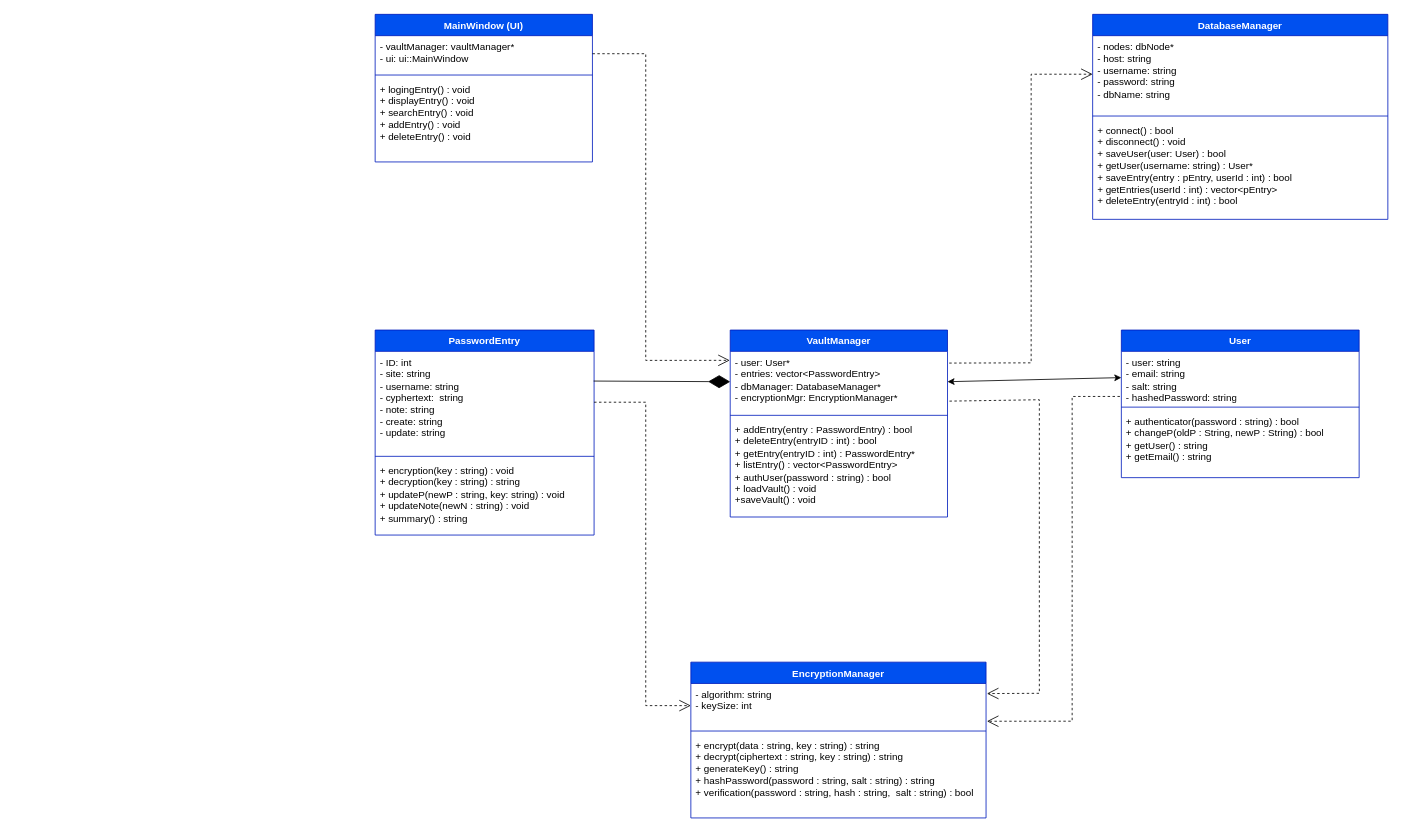
This is docs/UML_Password-Manager.drawio from WilmerSoriano/Password-Manager, a draw.io file, before an edit. Source tidied: cells renumbered, new cells numbered last; positions are measured from the earlier drawing's top-left corner, leaving out a move shared by most shapes. Both pictures are drawn from the tidied source at 82%, with x=0, y=0 at pixel (375, 14).
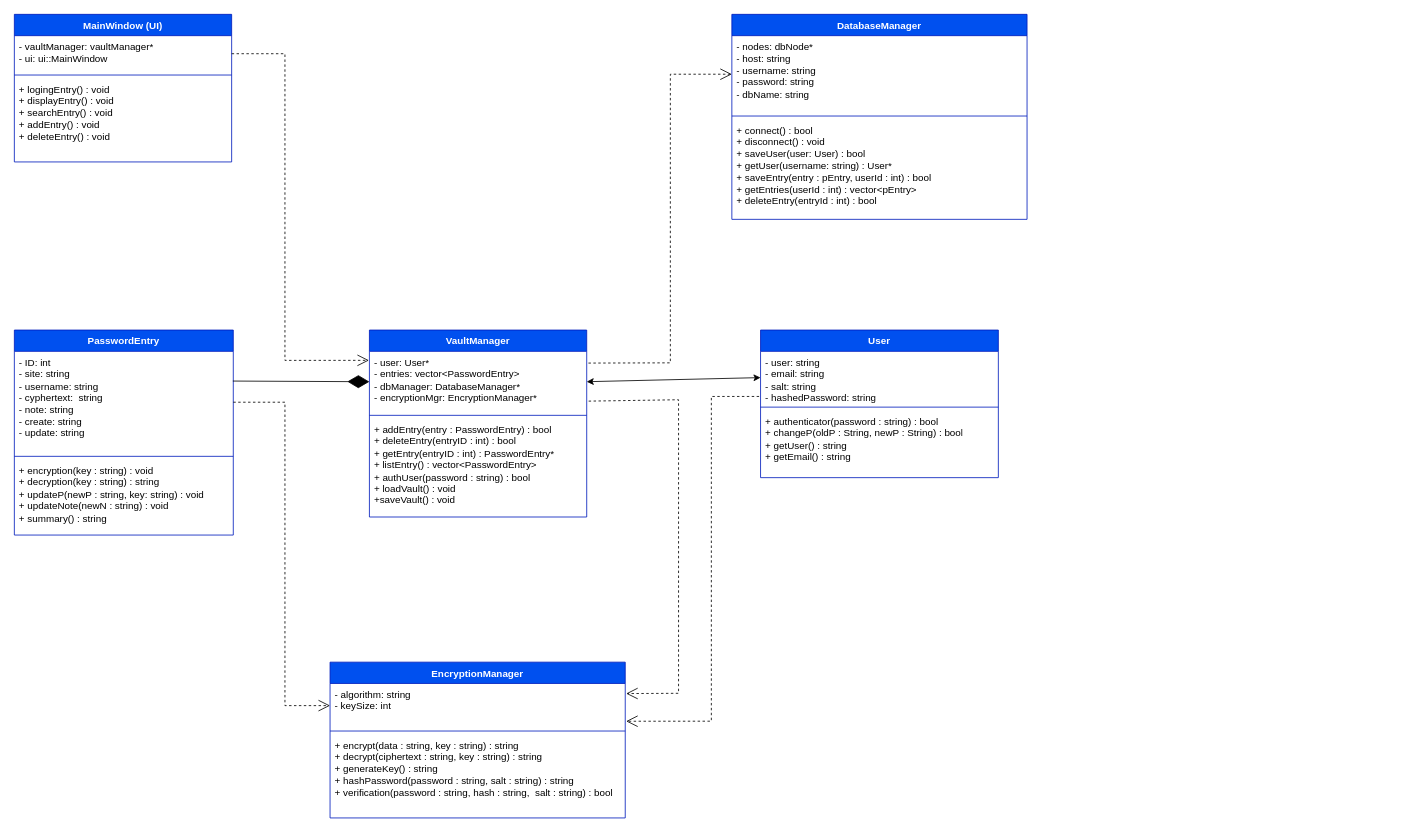
The same diagram, later.

Commit message:
complete UML diagram

Unchanged cells that the change refers to:
```xml
<mxCell id="3" value="- vaultManager: vaultManager*&lt;div&gt;- ui: ui::MainWindow&lt;/div&gt;" style="text;strokeColor=none;fillColor=none;align=left;verticalAlign=top;spacingLeft=4;spacingRight=4;overflow=hidden;points=[[0,0.5],[1,0.5]];portConstraint=eastwest;whiteSpace=wrap;html=1;" parent="2" vertex="1">
  <mxGeometry y="26" width="265" height="44" as="geometry" />
</mxCell>
<mxCell id="7" value="- user: User*&lt;div&gt;- entries: vector&amp;lt;PasswordEntry&amp;gt;&lt;/div&gt;&lt;div&gt;- dbManager: DatabaseManager*&lt;/div&gt;&lt;div&gt;- encryptionMgr: EncryptionManager*&lt;/div&gt;" style="text;strokeColor=none;fillColor=none;align=left;verticalAlign=top;spacingLeft=4;spacingRight=4;overflow=hidden;points=[[0,0.5],[1,0.5]];portConstraint=eastwest;whiteSpace=wrap;html=1;" parent="6" vertex="1">
  <mxGeometry y="26" width="265" height="74" as="geometry" />
</mxCell>
<mxCell id="11" value="- user: string&lt;div&gt;- email: string&lt;/div&gt;&lt;div&gt;- salt: string&lt;/div&gt;&lt;div&gt;- hashedPassword: string&lt;/div&gt;" style="text;strokeColor=none;fillColor=none;align=left;verticalAlign=top;spacingLeft=4;spacingRight=4;overflow=hidden;points=[[0,0.5],[1,0.5]];portConstraint=eastwest;whiteSpace=wrap;html=1;" parent="10" vertex="1">
  <mxGeometry y="26" width="290" height="64" as="geometry" />
</mxCell>
<mxCell id="15" value="- ID: int&lt;div&gt;- site: string&lt;/div&gt;&lt;div&gt;- username: string&lt;/div&gt;&lt;div&gt;- cyphertext:&amp;nbsp; string&lt;/div&gt;&lt;div&gt;- note: string&lt;/div&gt;&lt;div&gt;- create: string&lt;/div&gt;&lt;div&gt;- update: string&lt;/div&gt;" style="text;strokeColor=none;fillColor=none;align=left;verticalAlign=top;spacingLeft=4;spacingRight=4;overflow=hidden;points=[[0,0.5],[1,0.5]];portConstraint=eastwest;whiteSpace=wrap;html=1;" parent="14" vertex="1">
  <mxGeometry y="26" width="267" height="124" as="geometry" />
</mxCell>
<mxCell id="19" value="- algorithm: string&lt;div&gt;- keySize: int&lt;/div&gt;" style="text;strokeColor=none;fillColor=none;align=left;verticalAlign=top;spacingLeft=4;spacingRight=4;overflow=hidden;points=[[0,0.5],[1,0.5]];portConstraint=eastwest;whiteSpace=wrap;html=1;" parent="18" vertex="1">
  <mxGeometry y="26" width="360" height="54" as="geometry" />
</mxCell>
<mxCell id="23" value="- nodes: dbNode*&lt;div&gt;- host: string&lt;/div&gt;&lt;div&gt;- username: string&lt;/div&gt;&lt;div&gt;- password: string&lt;/div&gt;&lt;div&gt;- dbName: string&lt;/div&gt;" style="text;strokeColor=none;fillColor=none;align=left;verticalAlign=top;spacingLeft=4;spacingRight=4;overflow=hidden;points=[[0,0.5],[1,0.5]];portConstraint=eastwest;whiteSpace=wrap;html=1;" parent="22" vertex="1">
  <mxGeometry y="26" width="360" height="94" as="geometry" />
</mxCell>
```

Diff of the diagram source:
```diff
@@
+    <mxCell id="33" style="group;" parent="1" vertex="1">
+      <mxGeometry x="-440" width="1235" height="980" as="geometry" />
+    </mxCell>
-    <mxCell id="2" value="MainWindow (UI)" style="swimlane;fontStyle=1;align=center;verticalAlign=top;horizontal=1;startSize=26;whiteSpace=wrap;html=1;fillColor=#0050ef;fontColor=#ffffff;strokeColor=#001DBC;" parent="1" vertex="1">
+    <mxCell id="2" value="MainWindow (UI)" style="swimlane;fontStyle=1;align=center;verticalAlign=top;horizontal=1;startSize=26;whiteSpace=wrap;html=1;fillColor=#0050ef;fontColor=#ffffff;strokeColor=#001DBC;" parent="33" vertex="1">
       <mxGeometry width="265" height="180" as="geometry" />
     </mxCell>
@@
-    <mxCell id="6" value="VaultManager" style="swimlane;fontStyle=1;align=center;verticalAlign=top;horizontal=1;startSize=26;whiteSpace=wrap;html=1;fillColor=#0050ef;fontColor=#ffffff;strokeColor=#001DBC;" parent="1" vertex="1">
+    <mxCell id="6" value="VaultManager" style="swimlane;fontStyle=1;align=center;verticalAlign=top;horizontal=1;startSize=26;whiteSpace=wrap;html=1;fillColor=#0050ef;fontColor=#ffffff;strokeColor=#001DBC;" parent="33" vertex="1">
       <mxGeometry x="433" y="385" width="265" height="228" as="geometry" />
     </mxCell>
@@
-    <mxCell id="10" value="User" style="swimlane;fontStyle=1;align=center;verticalAlign=top;horizontal=1;startSize=26;whiteSpace=wrap;html=1;fillColor=#0050ef;fontColor=#ffffff;strokeColor=#001DBC;" parent="1" vertex="1">
+    <mxCell id="10" value="User" style="swimlane;fontStyle=1;align=center;verticalAlign=top;horizontal=1;startSize=26;whiteSpace=wrap;html=1;fillColor=#0050ef;fontColor=#ffffff;strokeColor=#001DBC;" parent="33" vertex="1">
       <mxGeometry x="910" y="385" width="290" height="180" as="geometry" />
     </mxCell>
@@
-    <mxCell id="14" value="PasswordEntry" style="swimlane;fontStyle=1;align=center;verticalAlign=top;horizontal=1;startSize=26;whiteSpace=wrap;html=1;fillColor=#0050ef;fontColor=#ffffff;strokeColor=#001DBC;" parent="1" vertex="1">
+    <mxCell id="14" value="PasswordEntry" style="swimlane;fontStyle=1;align=center;verticalAlign=top;horizontal=1;startSize=26;whiteSpace=wrap;html=1;fillColor=#0050ef;fontColor=#ffffff;strokeColor=#001DBC;" parent="33" vertex="1">
       <mxGeometry y="385" width="267" height="250" as="geometry" />
     </mxCell>
@@
-    <mxCell id="18" value="EncryptionManager" style="swimlane;fontStyle=1;align=center;verticalAlign=top;horizontal=1;startSize=26;whiteSpace=wrap;html=1;fillColor=#0050ef;fontColor=#ffffff;strokeColor=#001DBC;" parent="1" vertex="1">
+    <mxCell id="18" value="EncryptionManager" style="swimlane;fontStyle=1;align=center;verticalAlign=top;horizontal=1;startSize=26;whiteSpace=wrap;html=1;fillColor=#0050ef;fontColor=#ffffff;strokeColor=#001DBC;" parent="33" vertex="1">
       <mxGeometry x="385" y="790" width="360" height="190" as="geometry" />
     </mxCell>
@@
-    <mxCell id="22" value="DatabaseManager&lt;div&gt;&lt;br&gt;&lt;/div&gt;" style="swimlane;fontStyle=1;align=center;verticalAlign=top;horizontal=1;startSize=26;whiteSpace=wrap;html=1;fillColor=#0050ef;fontColor=#ffffff;strokeColor=#001DBC;" parent="1" vertex="1">
+    <mxCell id="22" value="DatabaseManager&lt;div&gt;&lt;br&gt;&lt;/div&gt;" style="swimlane;fontStyle=1;align=center;verticalAlign=top;horizontal=1;startSize=26;whiteSpace=wrap;html=1;fillColor=#0050ef;fontColor=#ffffff;strokeColor=#001DBC;" parent="33" vertex="1">
       <mxGeometry x="875" width="360" height="250" as="geometry" />
     </mxCell>
@@
-    <mxCell id="26" style="endArrow=open;endSize=12;dashed=1;html=1;rounded=0;exitX=1;exitY=0.5;exitDx=0;exitDy=0;entryX=-0.002;entryY=0.148;entryDx=0;entryDy=0;entryPerimeter=0;" parent="1" edge="1" source="3" target="7">
+    <mxCell id="26" style="endArrow=open;endSize=12;dashed=1;html=1;rounded=0;exitX=1;exitY=0.5;exitDx=0;exitDy=0;entryX=-0.002;entryY=0.148;entryDx=0;entryDy=0;entryPerimeter=0;" parent="33" edge="1" source="3" target="7">
       <mxGeometry relative="1" as="geometry">
         <Array as="points">
           <mxPoint x="330" y="48" />
           <mxPoint x="330" y="422" />
         </Array>
       </mxGeometry>
     </mxCell>
-    <mxCell id="27" style="endArrow=classic;startArrow=classic;html=1;rounded=0;entryX=0;entryY=0.5;entryDx=0;entryDy=0;exitX=1;exitY=0.5;exitDx=0;exitDy=0;" parent="1" edge="1" source="7" target="11">
+    <mxCell id="27" style="endArrow=classic;startArrow=classic;html=1;rounded=0;entryX=0;entryY=0.5;entryDx=0;entryDy=0;exitX=1;exitY=0.5;exitDx=0;exitDy=0;" parent="33" edge="1" source="7" target="11">
       <mxGeometry relative="1" as="geometry" />
     </mxCell>
-    <mxCell id="28" style="endArrow=diamondThin;endFill=1;endSize=24;html=1;rounded=0;entryX=0;entryY=0.5;entryDx=0;entryDy=0;exitX=0.998;exitY=0.292;exitDx=0;exitDy=0;exitPerimeter=0;" parent="1" edge="1" source="15" target="7">
+    <mxCell id="28" style="endArrow=diamondThin;endFill=1;endSize=24;html=1;rounded=0;entryX=0;entryY=0.5;entryDx=0;entryDy=0;exitX=0.998;exitY=0.292;exitDx=0;exitDy=0;exitPerimeter=0;" parent="33" edge="1" source="15" target="7">
       <mxGeometry relative="1" as="geometry" />
     </mxCell>
-    <mxCell id="29" style="endArrow=open;endSize=12;dashed=1;html=1;rounded=0;entryX=0;entryY=0.5;entryDx=0;entryDy=0;exitX=1.008;exitY=0.193;exitDx=0;exitDy=0;exitPerimeter=0;" parent="1" edge="1" source="7" target="23">
+    <mxCell id="29" style="endArrow=open;endSize=12;dashed=1;html=1;rounded=0;entryX=0;entryY=0.5;entryDx=0;entryDy=0;exitX=1.008;exitY=0.193;exitDx=0;exitDy=0;exitPerimeter=0;" parent="33" edge="1" source="7" target="23">
       <mxGeometry relative="1" as="geometry">
         <Array as="points">
           <mxPoint x="800" y="425" />
           <mxPoint x="800" y="73" />
         </Array>
       </mxGeometry>
     </mxCell>
-    <mxCell id="30" style="endArrow=open;endSize=12;dashed=1;html=1;rounded=0;exitX=1.009;exitY=0.82;exitDx=0;exitDy=0;exitPerimeter=0;entryX=1.003;entryY=0.228;entryDx=0;entryDy=0;entryPerimeter=0;" parent="1" edge="1" source="7" target="19">
+    <mxCell id="30" style="endArrow=open;endSize=12;dashed=1;html=1;rounded=0;exitX=1.009;exitY=0.82;exitDx=0;exitDy=0;exitPerimeter=0;entryX=1.003;entryY=0.228;entryDx=0;entryDy=0;entryPerimeter=0;" parent="33" edge="1" source="7" target="19">
       <mxGeometry relative="1" as="geometry">
         <Array as="points">
           <mxPoint x="810" y="470" />
           <mxPoint x="810" y="828" />
         </Array>
       </mxGeometry>
     </mxCell>
-    <mxCell id="31" style="endArrow=open;endSize=12;dashed=1;html=1;rounded=0;exitX=-0.006;exitY=0.859;exitDx=0;exitDy=0;exitPerimeter=0;entryX=1.003;entryY=0.853;entryDx=0;entryDy=0;entryPerimeter=0;" parent="1" edge="1" source="11" target="19">
+    <mxCell id="31" style="endArrow=open;endSize=12;dashed=1;html=1;rounded=0;exitX=-0.006;exitY=0.859;exitDx=0;exitDy=0;exitPerimeter=0;entryX=1.003;entryY=0.853;entryDx=0;entryDy=0;entryPerimeter=0;" parent="33" edge="1" source="11" target="19">
       <mxGeometry relative="1" as="geometry">
         <Array as="points">
           <mxPoint x="850" y="466" />
           <mxPoint x="850" y="862" />
         </Array>
       </mxGeometry>
     </mxCell>
-    <mxCell id="32" style="endArrow=open;endSize=12;dashed=1;html=1;rounded=0;exitX=1;exitY=0.5;exitDx=0;exitDy=0;entryX=0;entryY=0.5;entryDx=0;entryDy=0;" parent="1" edge="1" source="15" target="19">
+    <mxCell id="32" style="endArrow=open;endSize=12;dashed=1;html=1;rounded=0;exitX=1;exitY=0.5;exitDx=0;exitDy=0;entryX=0;entryY=0.5;entryDx=0;entryDy=0;" parent="33" edge="1" source="15" target="19">
       <mxGeometry relative="1" as="geometry">
         <Array as="points">
           <mxPoint x="330" y="473" />
           <mxPoint x="330" y="843" />
         </Array>
       </mxGeometry>
     </mxCell>
```
